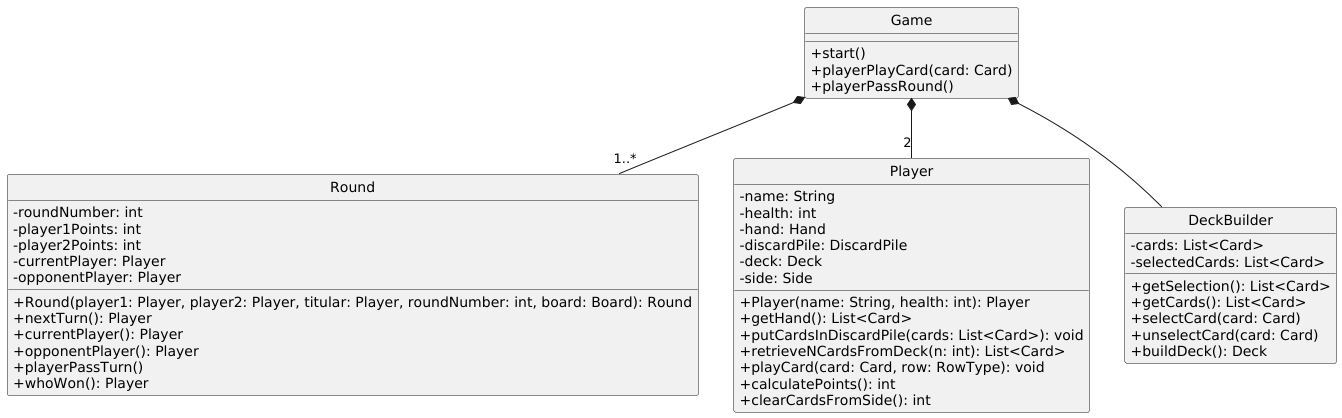
This is diagrams/classes/game.png from Yonhir/algo3_proyecto_base_tp2, a PlantUML export, as it was before one commit.
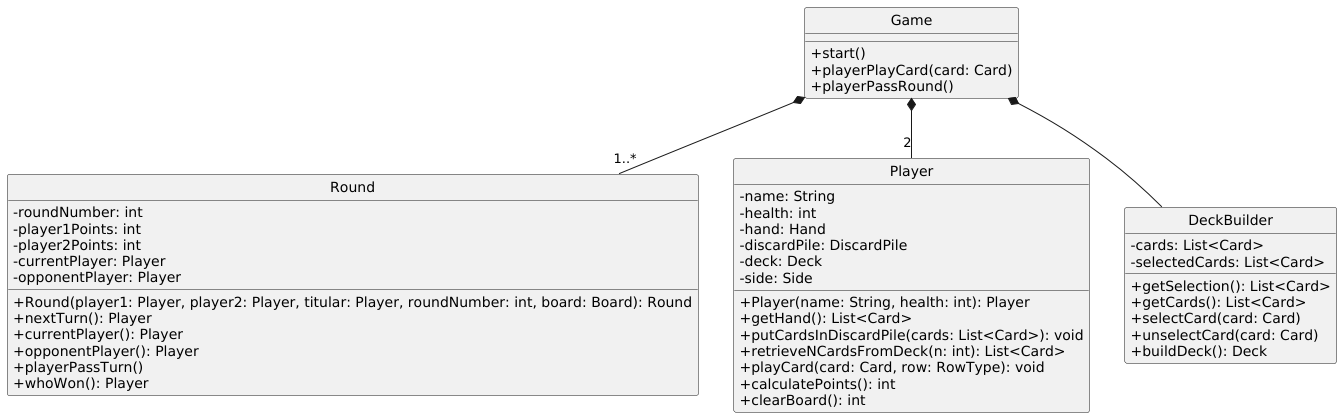
Above is the later version.

Change to the diagram source:
```diff
@@ -37,7 +37,7 @@
   +retrieveNCardsFromDeck(n: int): List<Card>
   +playCard(card: Card, row: RowType): void
   +calculatePoints(): int
-  +clearCardsFromSide(): int
+  +clearBoard(): int
 }
 
 class DeckBuilder {
```
